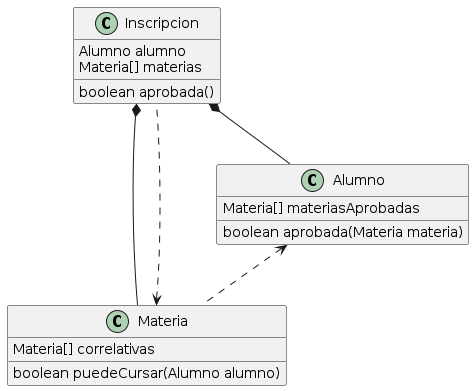
Earlier version of the PlantUML export ejercicio validador correlatividades/diagrama.png (JuanpiCasti/dds). Source of this version:
```plantuml
@startuml
class Inscripcion
Inscripcion : Alumno alumno
Inscripcion : Materia[] materias
Inscripcion : boolean aprobada()

class Materia
Materia : Materia[] correlativas
Materia : boolean puedeCursar(Alumno alumno)


class Alumno
Alumno : Materia[] materiasAprobadas
Alumno : boolean aprobada(Materia materia)

Inscripcion *-- Materia
Inscripcion *-- Alumno
Materia <.. Inscripcion
Alumno <.. Materia
@enduml
```
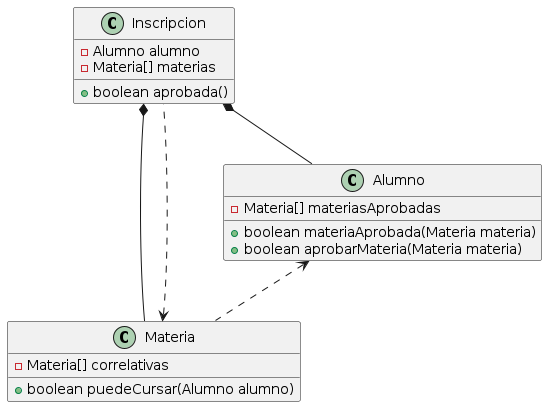
After the change.

Commit message:
actualizacion diagrama

Change to the diagram source:
```diff
@@ -1,20 +1,23 @@
 @startuml
+
 class Inscripcion
-Inscripcion : Alumno alumno
-Inscripcion : Materia[] materias
-Inscripcion : boolean aprobada()
+Inscripcion : - Alumno alumno
+Inscripcion : - Materia[] materias
+Inscripcion : + boolean aprobada()
 
 class Materia
-Materia : Materia[] correlativas
-Materia : boolean puedeCursar(Alumno alumno)
+Materia : - Materia[] correlativas
+Materia : + boolean puedeCursar(Alumno alumno)
 
 
 class Alumno
-Alumno : Materia[] materiasAprobadas
-Alumno : boolean aprobada(Materia materia)
+Alumno : - Materia[] materiasAprobadas
+Alumno : + boolean materiaAprobada(Materia materia)
+Alumno : + boolean aprobarMateria(Materia materia)
 
 Inscripcion *-- Materia
 Inscripcion *-- Alumno
 Materia <.. Inscripcion
 Alumno <.. Materia
+
 @enduml
```
